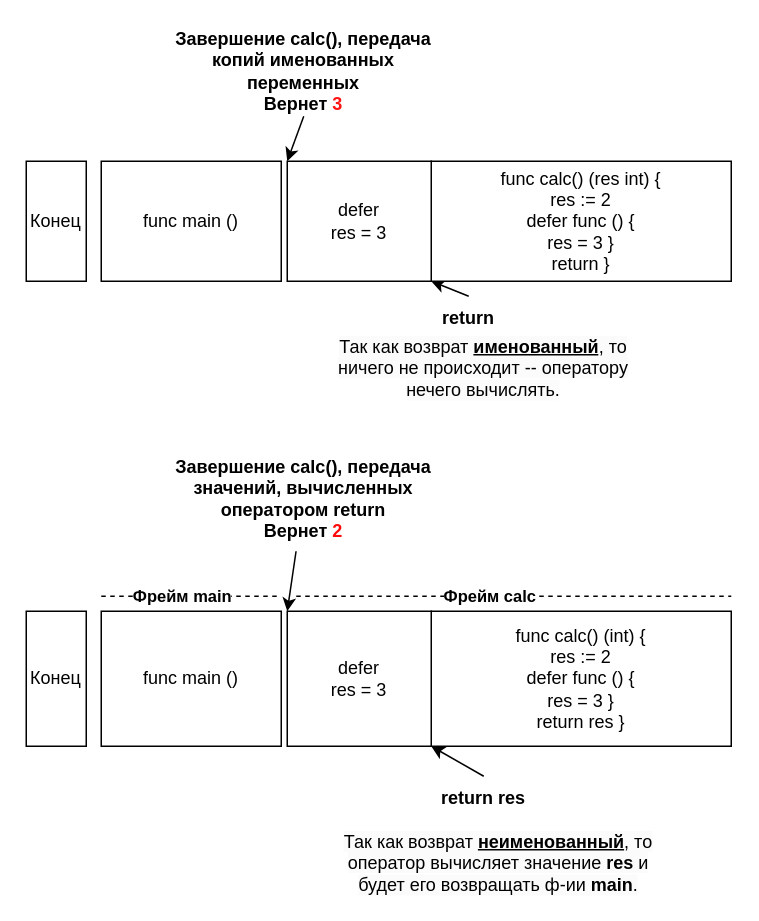
Above: 4-Особенности языка и типовые ошибки/defer в фреймах.drawio in EvGesh4And/Golang-Developer (draw.io), before the change. Source tidied: cells renumbered, new cells numbered last; positions are measured from the earlier drawing's top-left corner, leaving out a move shared by most shapes. Both pictures are drawn from the tidied source at 150%, with x=0, y=0 at pixel (26, 26).
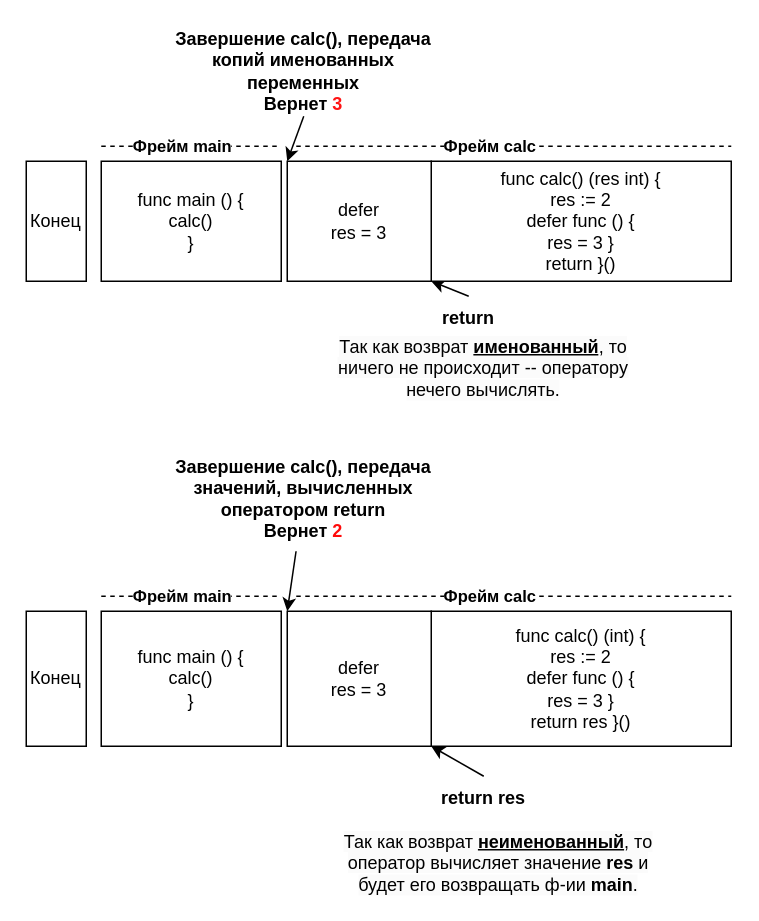
After the change.

What changed in the source:
```diff
@@
-    <mxCell id="2" value="func main ()" style="rounded=0;whiteSpace=wrap;html=1;" parent="1" vertex="1">
+    <mxCell id="2" value="func main () {&lt;div&gt;calc()&lt;/div&gt;&lt;div&gt;}&lt;/div&gt;" style="rounded=0;whiteSpace=wrap;html=1;" parent="1" vertex="1">
       <mxGeometry x="50" y="90" width="120" height="80" as="geometry" />
     </mxCell>
@@
-    <mxCell id="7" value="func calc() (res int) {&lt;div&gt;res := 2&lt;/div&gt;&lt;div&gt;defer func () {&lt;div&gt;res = 3&amp;nbsp;&lt;span style=&quot;background-color: transparent; color: light-dark(rgb(0, 0, 0), rgb(255, 255, 255));&quot;&gt;}&lt;/span&gt;&lt;/div&gt;&lt;/div&gt;&lt;div&gt;return&amp;nbsp;&lt;span style=&quot;background-color: transparent; color: light-dark(rgb(0, 0, 0), rgb(255, 255, 255));&quot;&gt;}&lt;/span&gt;&lt;/div&gt;" style="rounded=0;whiteSpace=wrap;html=1;" parent="1" vertex="1">
+    <mxCell id="7" value="func calc() (res int) {&lt;div&gt;res := 2&lt;/div&gt;&lt;div&gt;defer func () {&lt;div&gt;res = 3&amp;nbsp;&lt;span style=&quot;background-color: transparent; color: light-dark(rgb(0, 0, 0), rgb(255, 255, 255));&quot;&gt;}&lt;/span&gt;&lt;/div&gt;&lt;/div&gt;&lt;div&gt;return&amp;nbsp;&lt;span style=&quot;background-color: transparent; color: light-dark(rgb(0, 0, 0), rgb(255, 255, 255));&quot;&gt;}()&lt;/span&gt;&lt;/div&gt;" style="rounded=0;whiteSpace=wrap;html=1;" parent="1" vertex="1">
       <mxGeometry x="270" y="90" width="200" height="80" as="geometry" />
     </mxCell>
@@
-    <mxCell id="11" value="func main ()" style="rounded=0;whiteSpace=wrap;html=1;" parent="1" vertex="1">
+    <mxCell id="11" value="func main () {&lt;div&gt;calc()&lt;/div&gt;&lt;div&gt;}&lt;/div&gt;" style="rounded=0;whiteSpace=wrap;html=1;" parent="1" vertex="1">
       <mxGeometry x="50" y="390" width="120" height="90" as="geometry" />
     </mxCell>
@@
-    <mxCell id="16" value="func calc() (int) {&lt;div&gt;res := 2&lt;/div&gt;&lt;div&gt;defer func () {&lt;div&gt;res = 3&amp;nbsp;&lt;span style=&quot;background-color: transparent; color: light-dark(rgb(0, 0, 0), rgb(255, 255, 255));&quot;&gt;}&lt;/span&gt;&lt;/div&gt;&lt;/div&gt;&lt;div&gt;return res&amp;nbsp;&lt;span style=&quot;background-color: transparent; color: light-dark(rgb(0, 0, 0), rgb(255, 255, 255));&quot;&gt;}&lt;/span&gt;&lt;/div&gt;" style="rounded=0;whiteSpace=wrap;html=1;" parent="1" vertex="1">
+    <mxCell id="16" value="func calc() (int) {&lt;div&gt;res := 2&lt;/div&gt;&lt;div&gt;defer func () {&lt;div&gt;res = 3&amp;nbsp;&lt;span style=&quot;background-color: transparent; color: light-dark(rgb(0, 0, 0), rgb(255, 255, 255));&quot;&gt;}&lt;/span&gt;&lt;/div&gt;&lt;/div&gt;&lt;div&gt;return res&amp;nbsp;&lt;span style=&quot;background-color: transparent; color: light-dark(rgb(0, 0, 0), rgb(255, 255, 255));&quot;&gt;}()&lt;/span&gt;&lt;/div&gt;" style="rounded=0;whiteSpace=wrap;html=1;" parent="1" vertex="1">
       <mxGeometry x="270" y="390" width="200" height="90" as="geometry" />
     </mxCell>
@@
+    <mxCell id="24" style="endArrow=none;dashed=1;html=1;rounded=0;" parent="1" edge="1">
+      <mxGeometry relative="1" as="geometry">
+        <mxPoint x="180" y="80" as="sourcePoint" />
+        <mxPoint x="470" y="80" as="targetPoint" />
+      </mxGeometry>
+    </mxCell>
+    <mxCell id="25" value="&lt;b&gt;Фрейм calc&lt;/b&gt;" style="edgeLabel;html=1;align=center;verticalAlign=middle;" parent="24" vertex="1">
+      <mxGeometry x="-0.12" y="1" relative="1" as="geometry" />
+    </mxCell>
+    <mxCell id="26" style="endArrow=none;dashed=1;html=1;rounded=0;" parent="1" edge="1">
+      <mxGeometry relative="1" as="geometry">
+        <mxPoint x="50" y="80" as="sourcePoint" />
+        <mxPoint x="170" y="80" as="targetPoint" />
+      </mxGeometry>
+    </mxCell>
+    <mxCell id="27" value="&lt;b&gt;Фрейм main&lt;/b&gt;" style="edgeLabel;html=1;align=center;verticalAlign=middle;" parent="26" vertex="1">
+      <mxGeometry x="-0.12" y="1" relative="1" as="geometry" />
+    </mxCell>
```
